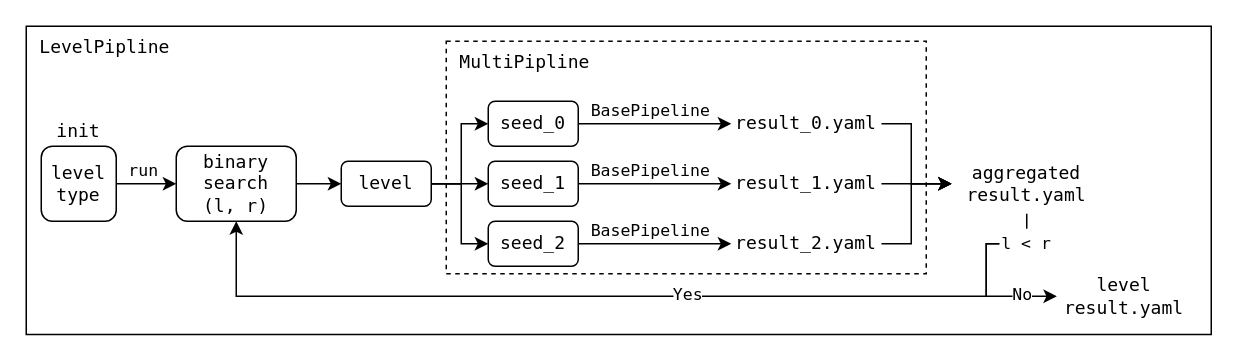
Before: assets/robogauge_levelpipeline.drawio in wty-yy/RoboGauge, a draw.io diagram. Source tidied: cells renumbered, new cells numbered last; positions are measured from the earlier drawing's top-left corner, leaving out a move shared by most shapes. Both pictures are drawn from the tidied source at 150%, with x=0, y=0 at pixel (26, 26).
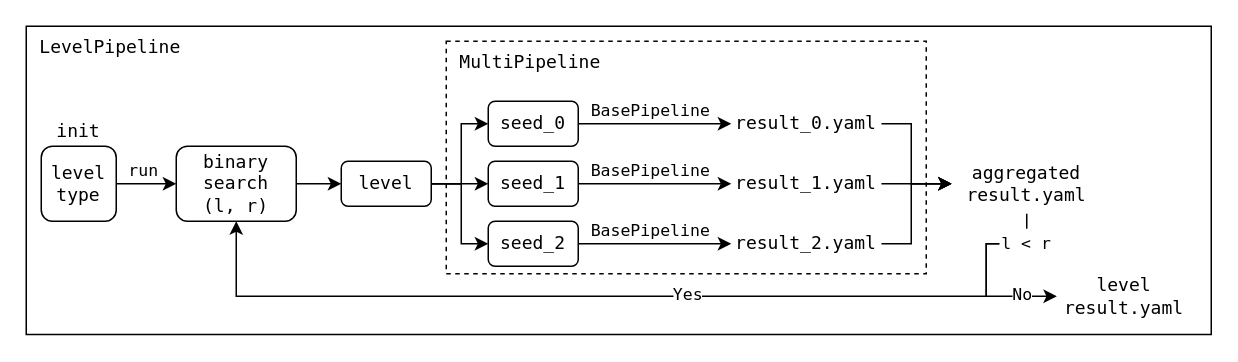
After the change.

Change to the diagram source:
```diff
@@
-    <mxCell id="2" value="&lt;font face=&quot;Lucida Console&quot;&gt;&amp;nbsp;LevelPipline&lt;/font&gt;" style="rounded=0;whiteSpace=wrap;html=1;align=left;verticalAlign=top;" parent="1" vertex="1">
+    <mxCell id="2" value="&lt;font face=&quot;Lucida Console&quot;&gt;&amp;nbsp;LevelPipeline&lt;/font&gt;" style="rounded=0;whiteSpace=wrap;html=1;align=left;verticalAlign=top;" parent="1" vertex="1">
       <mxGeometry width="790" height="205.5" as="geometry" />
     </mxCell>
-    <mxCell id="3" value="&lt;font face=&quot;Lucida Console&quot;&gt;&amp;nbsp;MultiPipline&lt;/font&gt;" style="rounded=0;whiteSpace=wrap;html=1;align=left;verticalAlign=top;dashed=1;" parent="1" vertex="1">
+    <mxCell id="3" value="&lt;font face=&quot;Lucida Console&quot;&gt;&amp;nbsp;MultiPipeline&lt;/font&gt;" style="rounded=0;whiteSpace=wrap;html=1;align=left;verticalAlign=top;dashed=1;" parent="1" vertex="1">
       <mxGeometry x="280" y="10" width="320" height="155" as="geometry" />
     </mxCell>
```
